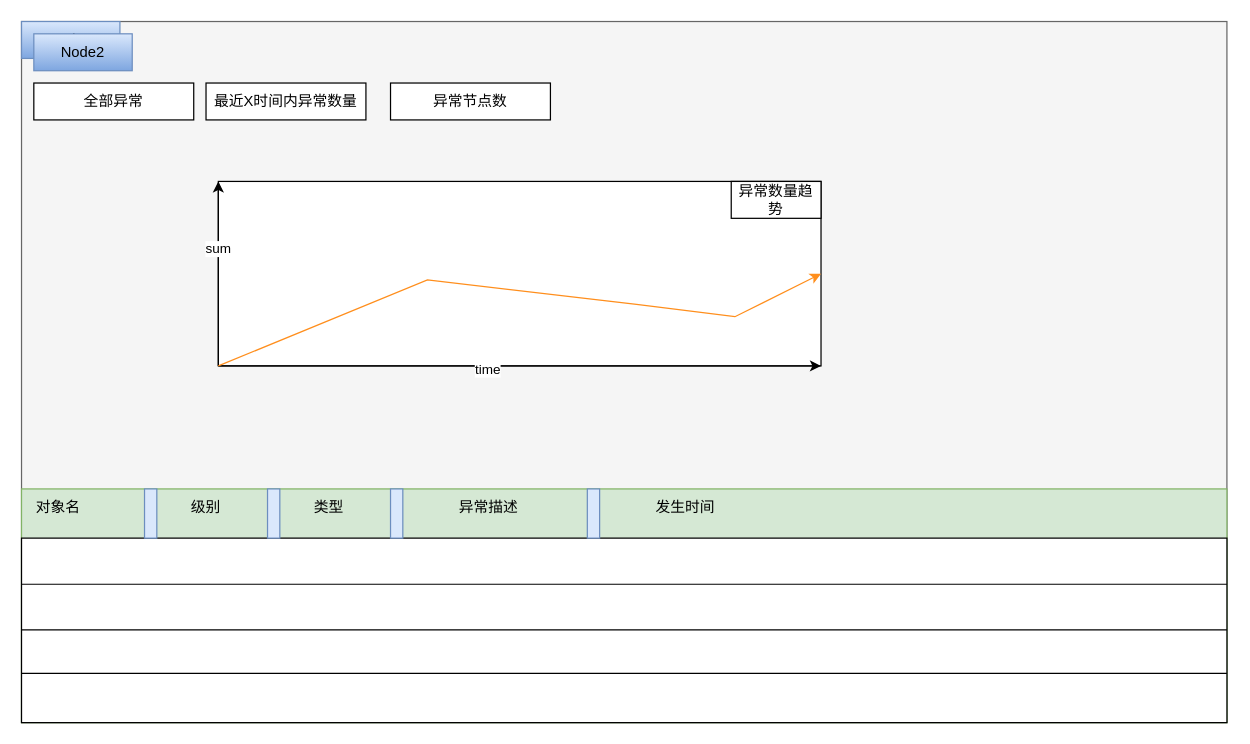
The draw.io diagram img/Mongo日志分析仪表盘.drawio in 15615639083/15615639083.github.io, before the edit. Source tidied: cells renumbered, new cells numbered last; positions are measured from the earlier drawing's top-left corner, leaving out a move shared by most shapes. Both pictures are drawn from the tidied source at 123%, with x=0, y=0 at pixel (21, 21).
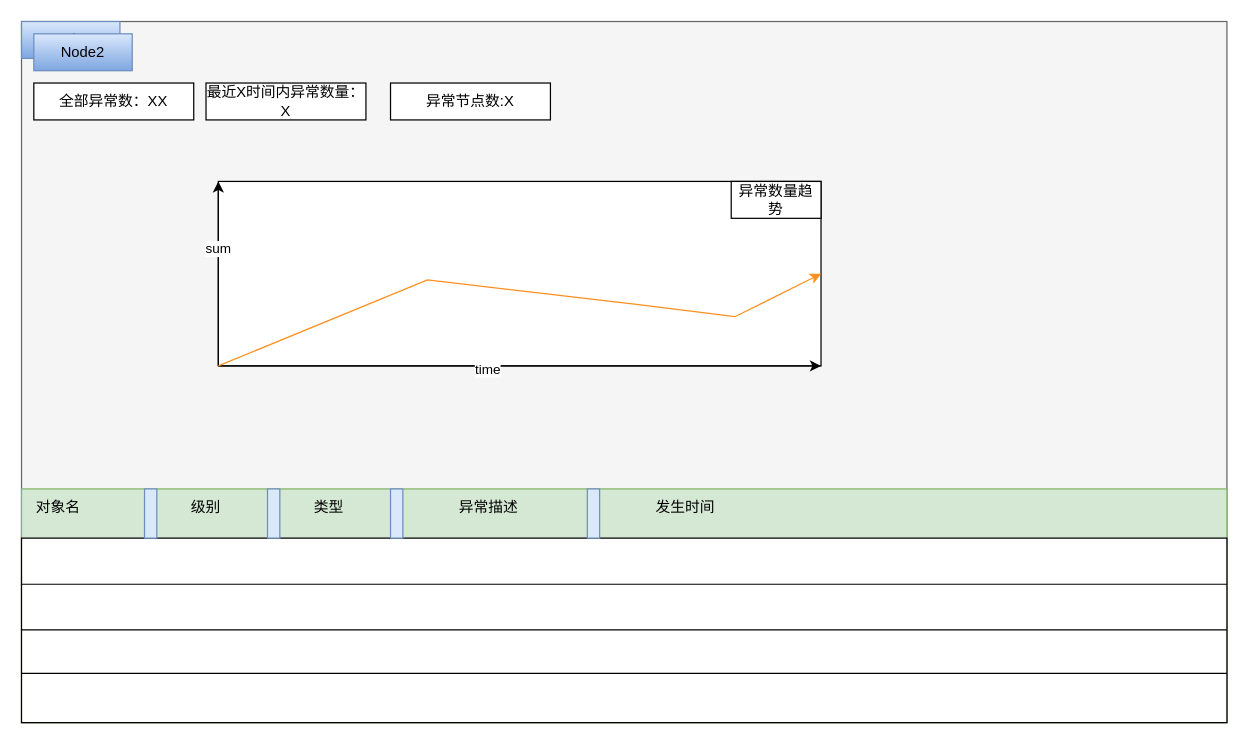
The same diagram, later.

Commit message:
更新Mongo日志分析仪表盘.drawio

Change to the diagram source:
```diff
@@
-    <mxCell id="13" value="全部异常" style="rounded=0;whiteSpace=wrap;html=1;" parent="1" vertex="1">
+    <mxCell id="13" value="全部异常数：XX" style="rounded=0;whiteSpace=wrap;html=1;" parent="1" vertex="1">
       <mxGeometry x="10" y="50" width="130" height="30" as="geometry" />
     </mxCell>
-    <mxCell id="14" value="最近X时间内异常数量" style="rounded=0;whiteSpace=wrap;html=1;" parent="1" vertex="1">
+    <mxCell id="14" value="最近X时间内异常数量：X" style="rounded=0;whiteSpace=wrap;html=1;" parent="1" vertex="1">
       <mxGeometry x="150" y="50" width="130" height="30" as="geometry" />
     </mxCell>
-    <mxCell id="15" value="异常节点数" style="rounded=0;whiteSpace=wrap;html=1;" parent="1" vertex="1">
+    <mxCell id="15" value="异常节点数:X" style="rounded=0;whiteSpace=wrap;html=1;" parent="1" vertex="1">
       <mxGeometry x="300" y="50" width="130" height="30" as="geometry" />
     </mxCell>
```
